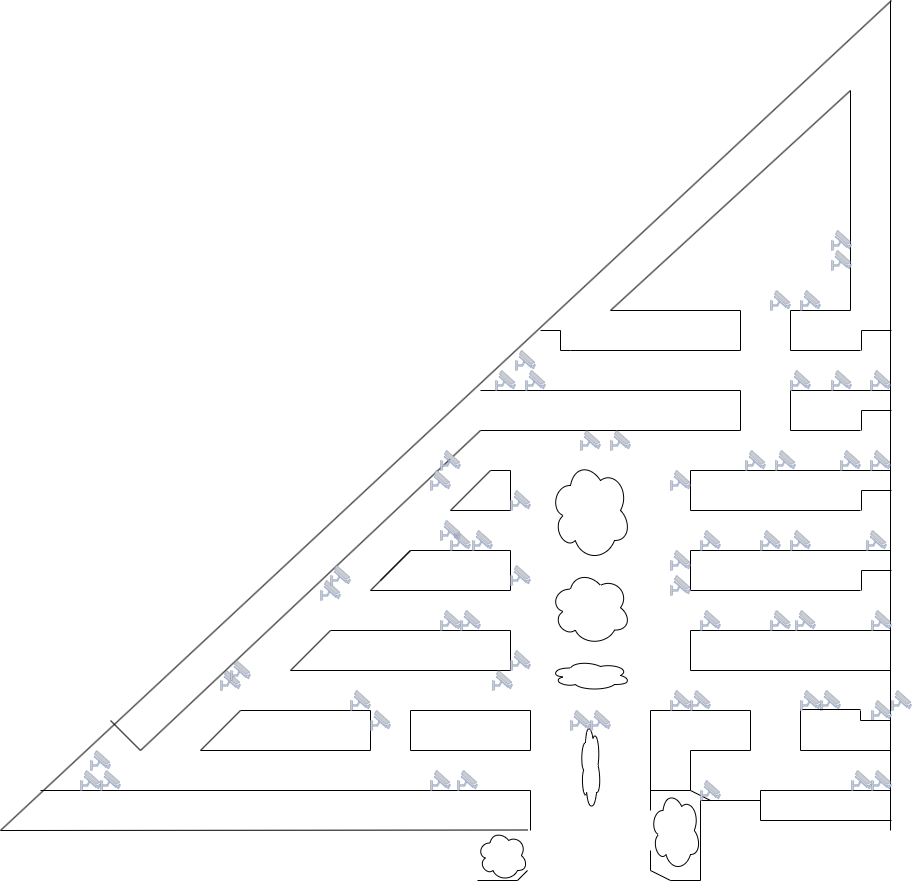
0002itz/pruevas-registro-de-seguridad keeps this draw.io diagram as Mapa.drawio.png. Above is the earlier version. Source tidied: cells renumbered, new cells last; positions are measured from the earlier drawing's top-left corner, leaving out a move shared by most shapes.
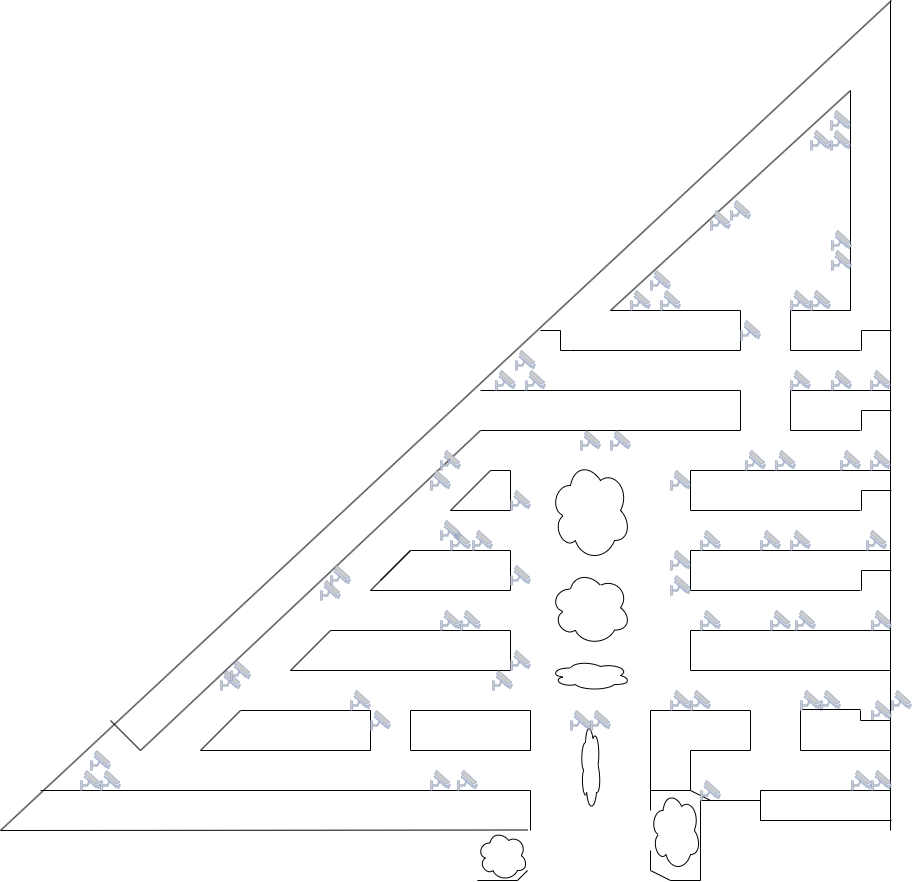
Above is the later version.

Diff of the diagram source:
```diff
@@ -666,10 +666,10 @@
       <mxGeometry x="525" y="370" width="20" height="20" as="geometry" />
     </mxCell>
     <mxCell id="138" style="fontColor=#0066CC;verticalAlign=top;verticalLabelPosition=bottom;labelPosition=center;align=center;html=1;fillColor=#CCCCCC;strokeColor=#6881B3;gradientColor=none;gradientDirection=north;strokeWidth=2;shape=mxgraph.networks.security_camera;" parent="1" vertex="1">
-      <mxGeometry x="770" y="290" width="20" height="20" as="geometry" />
+      <mxGeometry x="790" y="290" width="20" height="20" as="geometry" />
     </mxCell>
     <mxCell id="139" style="fontColor=#0066CC;verticalAlign=top;verticalLabelPosition=bottom;labelPosition=center;align=center;html=1;fillColor=#CCCCCC;strokeColor=#6881B3;gradientColor=none;gradientDirection=north;strokeWidth=2;shape=mxgraph.networks.security_camera;" parent="1" vertex="1">
-      <mxGeometry x="800" y="290" width="20" height="20" as="geometry" />
+      <mxGeometry x="810" y="290" width="20" height="20" as="geometry" />
     </mxCell>
     <mxCell id="140" style="fontColor=#0066CC;verticalAlign=top;verticalLabelPosition=bottom;labelPosition=center;align=center;html=1;fillColor=#CCCCCC;strokeColor=#6881B3;gradientColor=none;gradientDirection=north;strokeWidth=2;shape=mxgraph.networks.security_camera;" parent="1" vertex="1">
       <mxGeometry x="831" y="250" width="20" height="20" as="geometry" />
@@ -683,5 +683,32 @@
     <mxCell id="143" style="fontColor=#0066CC;verticalAlign=top;verticalLabelPosition=bottom;labelPosition=center;align=center;html=1;fillColor=#CCCCCC;strokeColor=#6881B3;gradientColor=none;gradientDirection=north;strokeWidth=2;shape=mxgraph.networks.security_camera;" parent="1" vertex="1">
       <mxGeometry x="790" y="370" width="20" height="20" as="geometry" />
     </mxCell>
+    <mxCell id="144" style="fontColor=#0066CC;verticalAlign=top;verticalLabelPosition=bottom;labelPosition=center;align=center;html=1;fillColor=#CCCCCC;strokeColor=#6881B3;gradientColor=none;gradientDirection=north;strokeWidth=2;shape=mxgraph.networks.security_camera;" parent="1" vertex="1">
+      <mxGeometry x="630" y="290" width="20" height="20" as="geometry" />
+    </mxCell>
+    <mxCell id="145" style="fontColor=#0066CC;verticalAlign=top;verticalLabelPosition=bottom;labelPosition=center;align=center;html=1;fillColor=#CCCCCC;strokeColor=#6881B3;gradientColor=none;gradientDirection=north;strokeWidth=2;shape=mxgraph.networks.security_camera;" parent="1" vertex="1">
+      <mxGeometry x="660" y="290" width="20" height="20" as="geometry" />
+    </mxCell>
+    <mxCell id="146" style="fontColor=#0066CC;verticalAlign=top;verticalLabelPosition=bottom;labelPosition=center;align=center;html=1;fillColor=#CCCCCC;strokeColor=#6881B3;gradientColor=none;gradientDirection=north;strokeWidth=2;shape=mxgraph.networks.security_camera;" parent="1" vertex="1">
+      <mxGeometry x="650" y="270" width="20" height="20" as="geometry" />
+    </mxCell>
+    <mxCell id="147" style="fontColor=#0066CC;verticalAlign=top;verticalLabelPosition=bottom;labelPosition=center;align=center;html=1;fillColor=#CCCCCC;strokeColor=#6881B3;gradientColor=none;gradientDirection=north;strokeWidth=2;shape=mxgraph.networks.security_camera;" parent="1" vertex="1">
+      <mxGeometry x="740" y="320" width="20" height="20" as="geometry" />
+    </mxCell>
+    <mxCell id="148" style="fontColor=#0066CC;verticalAlign=top;verticalLabelPosition=bottom;labelPosition=center;align=center;html=1;fillColor=#CCCCCC;strokeColor=#6881B3;gradientColor=none;gradientDirection=north;strokeWidth=2;shape=mxgraph.networks.security_camera;" parent="1" vertex="1">
+      <mxGeometry x="710" y="210" width="20" height="20" as="geometry" />
+    </mxCell>
+    <mxCell id="149" style="fontColor=#0066CC;verticalAlign=top;verticalLabelPosition=bottom;labelPosition=center;align=center;html=1;fillColor=#CCCCCC;strokeColor=#6881B3;gradientColor=none;gradientDirection=north;strokeWidth=2;shape=mxgraph.networks.security_camera;" parent="1" vertex="1">
+      <mxGeometry x="730" y="200" width="20" height="20" as="geometry" />
+    </mxCell>
+    <mxCell id="150" style="fontColor=#0066CC;verticalAlign=top;verticalLabelPosition=bottom;labelPosition=center;align=center;html=1;fillColor=#CCCCCC;strokeColor=#6881B3;gradientColor=none;gradientDirection=north;strokeWidth=2;shape=mxgraph.networks.security_camera;" parent="1" vertex="1">
+      <mxGeometry x="830" y="110" width="20" height="20" as="geometry" />
+    </mxCell>
+    <mxCell id="151" style="fontColor=#0066CC;verticalAlign=top;verticalLabelPosition=bottom;labelPosition=center;align=center;html=1;fillColor=#CCCCCC;strokeColor=#6881B3;gradientColor=none;gradientDirection=north;strokeWidth=2;shape=mxgraph.networks.security_camera;" parent="1" vertex="1">
+      <mxGeometry x="830" y="130" width="20" height="20" as="geometry" />
+    </mxCell>
+    <mxCell id="152" style="fontColor=#0066CC;verticalAlign=top;verticalLabelPosition=bottom;labelPosition=center;align=center;html=1;fillColor=#CCCCCC;strokeColor=#6881B3;gradientColor=none;gradientDirection=north;strokeWidth=2;shape=mxgraph.networks.security_camera;" parent="1" vertex="1">
+      <mxGeometry x="810" y="130" width="20" height="20" as="geometry" />
+    </mxCell>
   </root>
 </mxGraphModel>
```
